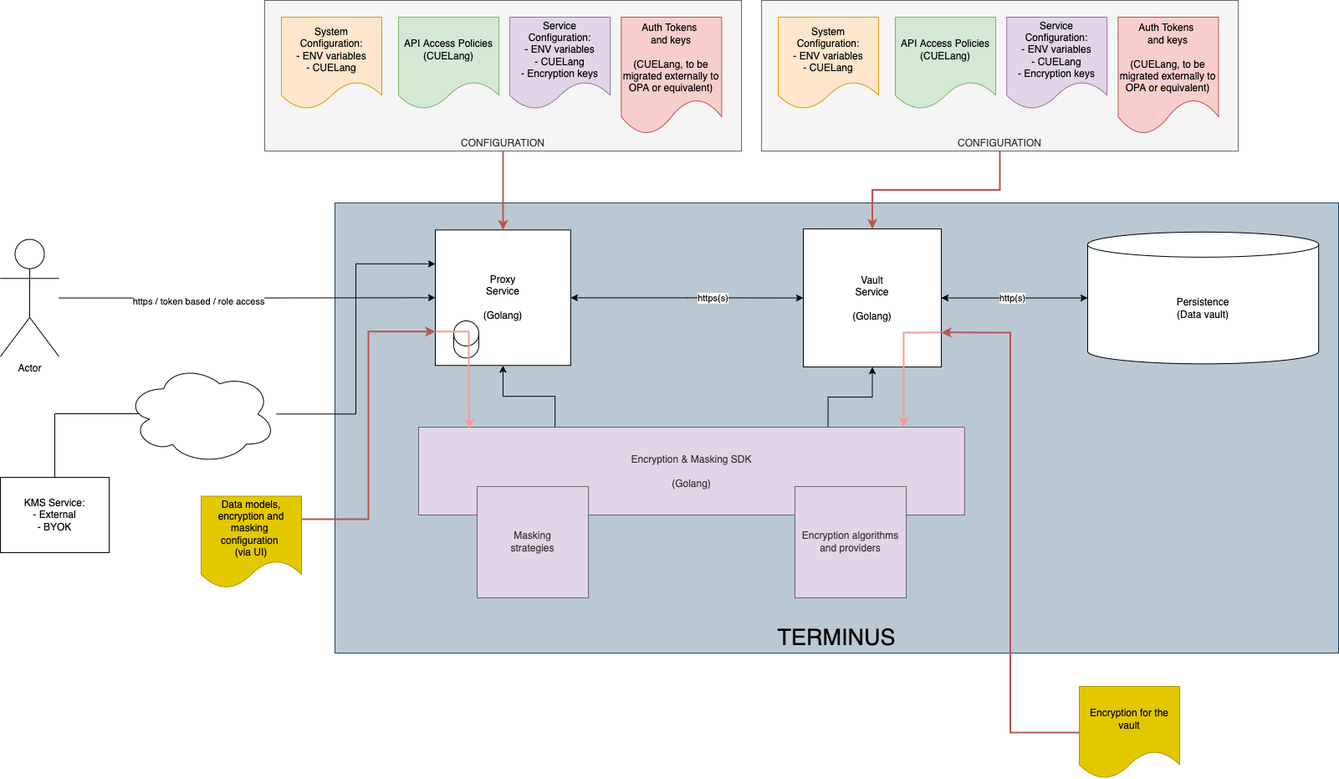
Before: docs/terminus/architecture/general.png, a diagram exported from draw.io (boxyhq/website). Source tidied: cells renumbered, new cells last; positions are measured from the earlier drawing's top-left corner, leaving out a move shared by most shapes.
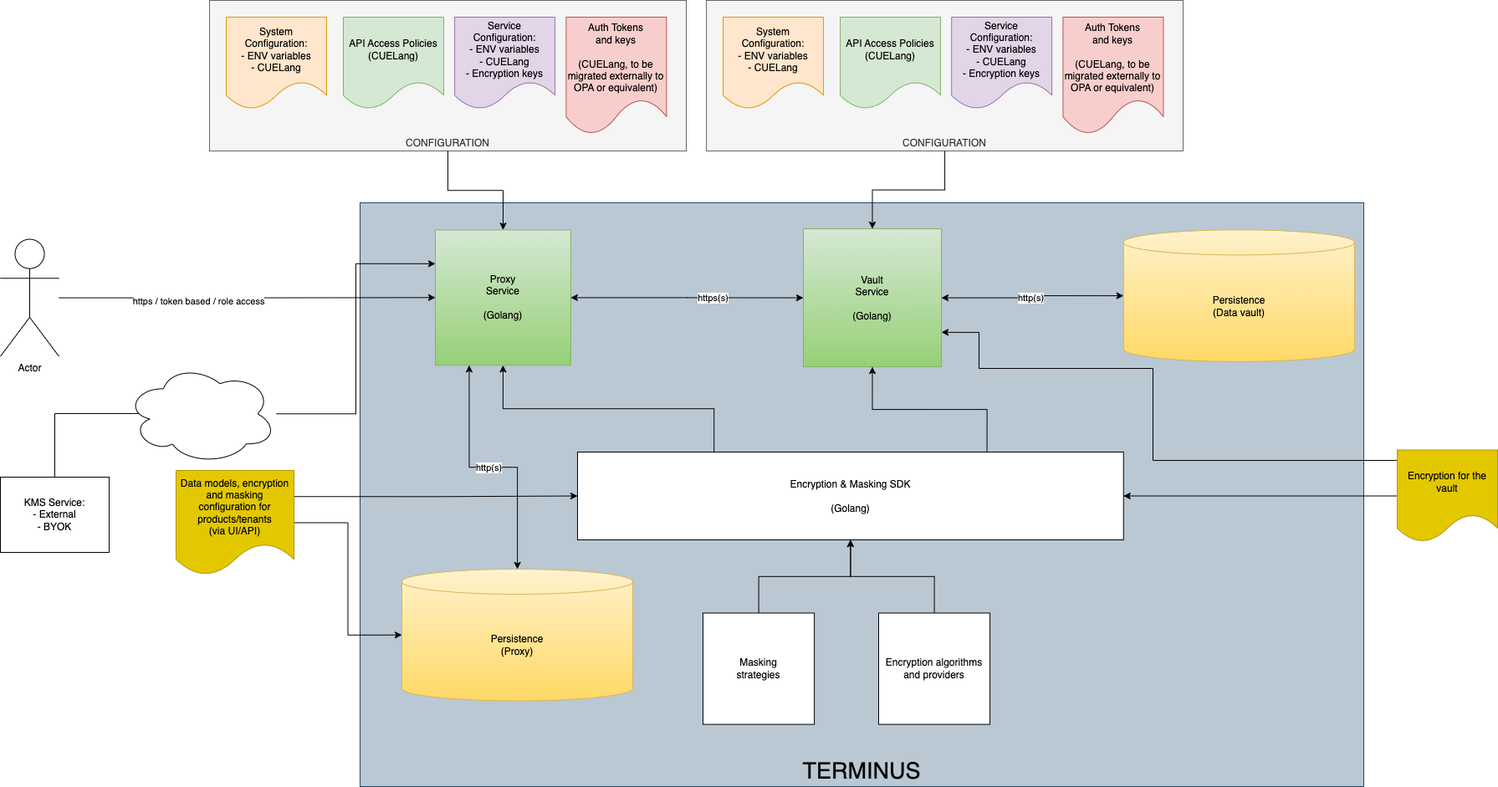
After the change.

The edit, as a diff of the source:
```diff
@@ -3,13 +3,13 @@
     <mxCell id="0" />
     <mxCell id="1" parent="0" />
     <mxCell id="2" value="TERMINUS" style="rounded=0;whiteSpace=wrap;html=1;fillColor=#bac8d3;strokeColor=#23445d;verticalAlign=bottom;fontSize=27;" parent="1" vertex="1">
-      <mxGeometry x="400" y="242" width="1200" height="538" as="geometry" />
+      <mxGeometry x="496" y="242" width="1200" height="698" as="geometry" />
     </mxCell>
-    <mxCell id="3" value="Proxy&lt;br&gt;Service&lt;br&gt;&lt;br&gt;(Golang)" style="whiteSpace=wrap;html=1;" parent="1" vertex="1">
-      <mxGeometry x="520" y="274.4" width="161.9" height="161.9" as="geometry" />
+    <mxCell id="3" value="Proxy&lt;br&gt;Service&lt;br&gt;&lt;br&gt;(Golang)" style="whiteSpace=wrap;html=1;fillColor=#d5e8d4;gradientColor=#97d077;strokeColor=#82b366;" parent="1" vertex="1">
+      <mxGeometry x="586" y="274.4" width="161.9" height="161.9" as="geometry" />
     </mxCell>
-    <mxCell id="4" value="Vault&lt;br&gt;Service&lt;br&gt;&lt;br&gt;(Golang)" style="whiteSpace=wrap;html=1;" parent="1" vertex="1">
-      <mxGeometry x="960" y="273.1" width="165" height="165" as="geometry" />
+    <mxCell id="4" value="Vault&lt;br&gt;Service&lt;br&gt;&lt;br&gt;(Golang)" style="whiteSpace=wrap;html=1;fillColor=#d5e8d4;gradientColor=#97d077;strokeColor=#82b366;" parent="1" vertex="1">
+      <mxGeometry x="1026" y="273.1" width="165" height="165" as="geometry" />
     </mxCell>
     <mxCell id="5" style="edgeStyle=orthogonalEdgeStyle;rounded=0;jettySize=auto;html=1;entryX=0;entryY=0.5;entryDx=0;entryDy=0;startArrow=classic;startFill=1;" parent="1" edge="1" source="3" target="4">
       <mxGeometry relative="1" as="geometry" />
@@ -17,8 +17,8 @@
     <mxCell id="6" value="https(s)" style="edgeLabel;html=1;align=center;verticalAlign=middle;" parent="5" vertex="1">
       <mxGeometry x="0.22" relative="1" as="geometry" />
     </mxCell>
-    <mxCell id="7" value="Persistence&lt;br&gt;(Data vault)" style="shape=cylinder3;whiteSpace=wrap;html=1;boundedLbl=1;backgroundOutline=1;size=15;" parent="1" vertex="1">
-      <mxGeometry x="1300" y="276.8" width="276.2" height="157.5" as="geometry" />
+    <mxCell id="7" value="Persistence&lt;br&gt;(Data vault)" style="shape=cylinder3;whiteSpace=wrap;html=1;boundedLbl=1;backgroundOutline=1;size=15;fillColor=#fff2cc;gradientColor=#ffd966;strokeColor=#d6b656;" parent="1" vertex="1">
+      <mxGeometry x="1408.8" y="274.4" width="276.2" height="157.5" as="geometry" />
     </mxCell>
     <mxCell id="8" style="edgeStyle=orthogonalEdgeStyle;rounded=0;jettySize=auto;html=1;entryX=0;entryY=0.5;entryDx=0;entryDy=0;entryPerimeter=0;startArrow=classic;startFill=1;" parent="1" edge="1" source="4" target="7">
       <mxGeometry relative="1" as="geometry" />
@@ -26,20 +26,35 @@
     <mxCell id="9" value="http(s)" style="edgeLabel;html=1;align=center;verticalAlign=middle;" parent="8" vertex="1">
       <mxGeometry x="-0.04" relative="1" as="geometry" />
     </mxCell>
+    <mxCell id="40" value="Encryption algorithms and providers" style="whiteSpace=wrap;html=1;" parent="1" vertex="1">
+      <mxGeometry x="1116" y="732.5" width="133.1" height="133.1" as="geometry" />
+    </mxCell>
+    <mxCell id="39" value="Masking&lt;br&gt;strategies" style="whiteSpace=wrap;html=1;" parent="1" vertex="1">
+      <mxGeometry x="906" y="732.5" width="133.1" height="133.1" as="geometry" />
+    </mxCell>
     <mxCell id="10" style="edgeStyle=orthogonalEdgeStyle;rounded=0;jettySize=auto;html=1;entryX=0.5;entryY=1;entryDx=0;entryDy=0;exitX=0.25;exitY=0;exitDx=0;exitDy=0;" parent="1" edge="1" source="12" target="3">
       <mxGeometry relative="1" as="geometry" />
     </mxCell>
     <mxCell id="11" style="edgeStyle=orthogonalEdgeStyle;rounded=0;jettySize=auto;html=1;entryX=0.5;entryY=1;entryDx=0;entryDy=0;exitX=0.75;exitY=0;exitDx=0;exitDy=0;" parent="1" edge="1" source="12" target="4">
       <mxGeometry relative="1" as="geometry" />
     </mxCell>
-    <mxCell id="12" value="Encryption &amp;amp; Masking SDK&lt;br&gt;&lt;br&gt;(Golang)" style="rounded=0;whiteSpace=wrap;html=1;fillColor=#E1D5E7;fontColor=#333333;strokeColor=#666666;" parent="1" vertex="1">
-      <mxGeometry x="500" y="510" width="652.8" height="105" as="geometry" />
+    <mxCell id="12" value="Encryption &amp;amp; Masking SDK&lt;br&gt;&lt;br&gt;(Golang)" style="rounded=0;whiteSpace=wrap;html=1;" parent="1" vertex="1">
+      <mxGeometry x="756" y="540" width="652.8" height="105" as="geometry" />
     </mxCell>
+    <mxCell id="43" style="edgeStyle=orthogonalEdgeStyle;rounded=0;jettySize=auto;html=1;entryX=0.5;entryY=1;entryDx=0;entryDy=0;" parent="1" edge="1" source="40" target="12">
+      <mxGeometry relative="1" as="geometry" />
+    </mxCell>
+    <mxCell id="44" style="edgeStyle=orthogonalEdgeStyle;rounded=0;jettySize=auto;html=1;entryX=0.5;entryY=1;entryDx=0;entryDy=0;" parent="1" edge="1" source="39" target="12">
+      <mxGeometry relative="1" as="geometry" />
+    </mxCell>
+    <mxCell id="45" style="edgeStyle=orthogonalEdgeStyle;rounded=0;jettySize=auto;html=1;entryX=0;entryY=0.5;entryDx=0;entryDy=0;exitX=1;exitY=0.25;exitDx=0;exitDy=0;" parent="1" edge="1" source="14" target="12">
+      <mxGeometry relative="1" as="geometry" />
+    </mxCell>
-    <mxCell id="13" style="edgeStyle=orthogonalEdgeStyle;rounded=0;jettySize=auto;html=1;exitX=1;exitY=0.25;exitDx=0;exitDy=0;entryX=0;entryY=0.75;entryDx=0;entryDy=0;fillColor=#f8cecc;strokeColor=#b85450;strokeWidth=2;" parent="1" edge="1" source="14" target="3">
+    <mxCell id="13" style="edgeStyle=orthogonalEdgeStyle;rounded=0;jettySize=auto;html=1;exitX=1;exitY=0.5;exitDx=0;exitDy=0;entryX=0;entryY=0.5;entryDx=0;entryDy=0;entryPerimeter=0;" parent="1" edge="1" source="14" target="47">
       <mxGeometry relative="1" as="geometry" />
     </mxCell>
-    <mxCell id="14" value="Data models, encryption and masking &lt;br&gt;configuration &lt;br&gt;(via UI)" style="shape=document;whiteSpace=wrap;html=1;boundedLbl=1;fillColor=#e3c800;fontColor=#000000;strokeColor=#B09500;" parent="1" vertex="1">
-      <mxGeometry x="240" y="592.5" width="120" height="110" as="geometry" />
+    <mxCell id="14" value="Data models, encryption and masking &lt;br&gt;configuration for products/tenants&lt;br&gt;(via UI/API)" style="shape=document;whiteSpace=wrap;html=1;boundedLbl=1;fillColor=#e3c800;fontColor=#000000;strokeColor=#B09500;" parent="1" vertex="1">
+      <mxGeometry x="276" y="562" width="141" height="125" as="geometry" />
     </mxCell>
     <mxCell id="15" style="group;" parent="1" vertex="1">
       <mxGeometry x="316" width="570" height="180" as="geometry" />
@@ -59,7 +74,7 @@
     <mxCell id="20" value="Auth Tokens &lt;br&gt;and keys&lt;br&gt;&lt;br&gt;(CUELang, to be migrated externally to OPA or equivalent)" style="shape=document;whiteSpace=wrap;html=1;boundedLbl=1;fillColor=#f8cecc;strokeColor=#b85450;" parent="15" vertex="1">
       <mxGeometry x="426.4" y="20" width="120" height="140" as="geometry" />
     </mxCell>
-    <mxCell id="21" style="edgeStyle=orthogonalEdgeStyle;rounded=0;jettySize=auto;html=1;strokeColor=#b85450;strokeWidth=2;fillColor=#f8cecc;" parent="1" edge="1" source="16" target="3">
+    <mxCell id="21" style="edgeStyle=orthogonalEdgeStyle;rounded=0;jettySize=auto;html=1;" parent="1" edge="1" source="16" target="3">
       <mxGeometry relative="1" as="geometry" />
     </mxCell>
     <mxCell id="22" style="group;" parent="1" vertex="1">
@@ -80,14 +95,24 @@
     <mxCell id="27" value="Auth Tokens &lt;br&gt;and keys&lt;br&gt;&lt;br&gt;(CUELang, to be migrated externally to OPA or equivalent)" style="shape=document;whiteSpace=wrap;html=1;boundedLbl=1;fillColor=#f8cecc;strokeColor=#b85450;" parent="22" vertex="1">
       <mxGeometry x="426.4" y="20" width="120" height="140" as="geometry" />
     </mxCell>
-    <mxCell id="28" style="edgeStyle=orthogonalEdgeStyle;rounded=0;jettySize=auto;html=1;entryX=0.5;entryY=0;entryDx=0;entryDy=0;fillColor=#f8cecc;strokeColor=#b85450;strokeWidth=2;" parent="1" edge="1" source="23" target="4">
+    <mxCell id="28" style="edgeStyle=orthogonalEdgeStyle;rounded=0;jettySize=auto;html=1;entryX=0.5;entryY=0;entryDx=0;entryDy=0;" parent="1" edge="1" source="23" target="4">
       <mxGeometry relative="1" as="geometry" />
     </mxCell>
+    <mxCell id="46" style="edgeStyle=orthogonalEdgeStyle;rounded=0;jettySize=auto;html=1;entryX=1;entryY=0.5;entryDx=0;entryDy=0;" parent="1" edge="1" source="30" target="12">
+      <mxGeometry relative="1" as="geometry" />
+    </mxCell>
-    <mxCell id="29" style="edgeStyle=orthogonalEdgeStyle;rounded=0;jettySize=auto;html=1;entryX=1;entryY=0.75;entryDx=0;entryDy=0;fillColor=#f8cecc;strokeColor=#b85450;strokeWidth=2;" parent="1" edge="1" source="30" target="4">
-      <mxGeometry relative="1" as="geometry" />
+    <mxCell id="29" style="edgeStyle=orthogonalEdgeStyle;rounded=0;jettySize=auto;html=1;entryX=1;entryY=0.75;entryDx=0;entryDy=0;" parent="1" edge="1" source="30" target="4">
+      <mxGeometry relative="1" as="geometry">
+        <Array as="points">
+          <mxPoint x="1444" y="550" />
+          <mxPoint x="1444" y="440" />
+          <mxPoint x="1236" y="440" />
+          <mxPoint x="1236" y="397" />
+        </Array>
+      </mxGeometry>
     </mxCell>
     <mxCell id="30" value="Encryption for the vault" style="shape=document;whiteSpace=wrap;html=1;boundedLbl=1;fillColor=#e3c800;fontColor=#000000;strokeColor=#B09500;" parent="1" vertex="1">
-      <mxGeometry x="1290" y="820" width="120" height="110" as="geometry" />
+      <mxGeometry x="1736" y="537.5" width="120" height="110" as="geometry" />
     </mxCell>
     <mxCell id="31" style="edgeStyle=orthogonalEdgeStyle;rounded=0;jettySize=auto;html=1;entryX=0;entryY=0.5;entryDx=0;entryDy=0;" parent="1" edge="1" source="33" target="3">
       <mxGeometry relative="1" as="geometry" />
@@ -98,49 +123,32 @@
       </mxGeometry>
     </mxCell>
     <mxCell id="33" value="Actor" style="shape=umlActor;verticalLabelPosition=bottom;verticalAlign=top;html=1;outlineConnect=0;" parent="1" vertex="1">
-      <mxGeometry y="285.6" width="70" height="140" as="geometry" />
+      <mxGeometry x="66" y="285.6" width="70" height="140" as="geometry" />
     </mxCell>
     <mxCell id="34" style="edgeStyle=orthogonalEdgeStyle;rounded=0;jettySize=auto;html=1;entryX=0.16;entryY=0.55;entryDx=0;entryDy=0;entryPerimeter=0;" parent="1" edge="1" source="35" target="37">
       <mxGeometry relative="1" as="geometry">
         <Array as="points">
-          <mxPoint x="65" y="494" />
+          <mxPoint x="131" y="494" />
         </Array>
       </mxGeometry>
     </mxCell>
     <mxCell id="35" value="KMS Service:&lt;br&gt;- External&lt;br&gt;- BYOK" style="rounded=0;whiteSpace=wrap;html=1;" parent="1" vertex="1">
-      <mxGeometry y="570" width="130" height="90" as="geometry" />
+      <mxGeometry x="66" y="570" width="130" height="90" as="geometry" />
     </mxCell>
     <mxCell id="36" style="edgeStyle=orthogonalEdgeStyle;rounded=0;jettySize=auto;html=1;entryX=0;entryY=0.25;entryDx=0;entryDy=0;" parent="1" edge="1" source="37" target="3">
       <mxGeometry relative="1" as="geometry" />
     </mxCell>
     <mxCell id="37" style="ellipse;shape=cloud;whiteSpace=wrap;html=1;" parent="1" vertex="1">
-      <mxGeometry x="150" y="434.3" width="180" height="120" as="geometry" />
+      <mxGeometry x="216" y="434.3" width="180" height="120" as="geometry" />
     </mxCell>
-    <mxCell id="38" style="edgeStyle=orthogonalEdgeStyle;rounded=0;jettySize=auto;html=1;strokeColor=#F19C99;strokeWidth=2;exitX=1;exitY=0.75;exitDx=0;exitDy=0;" parent="1" edge="1" source="4">
-      <mxGeometry relative="1" as="geometry">
-        <mxPoint x="1080" y="510" as="targetPoint" />
-        <Array as="points">
-          <mxPoint x="1080" y="397" />
-          <mxPoint x="1080" y="510" />
-        </Array>
-      </mxGeometry>
-    </mxCell>
-    <mxCell id="39" value="Masking&lt;br&gt;strategies" style="whiteSpace=wrap;html=1;fillColor=#E1D5E7;fontColor=#333333;strokeColor=#666666;" parent="1" vertex="1">
-      <mxGeometry x="570" y="580.9" width="133.1" height="133.1" as="geometry" />
-    </mxCell>
-    <mxCell id="40" value="Encryption algorithms and providers" style="whiteSpace=wrap;html=1;fillColor=#E1D5E7;fontColor=#333333;strokeColor=#666666;" parent="1" vertex="1">
-      <mxGeometry x="950" y="580.9" width="133.1" height="133.1" as="geometry" />
-    </mxCell>
-    <mxCell id="41" style="shape=cylinder3;whiteSpace=wrap;html=1;boundedLbl=1;backgroundOutline=1;size=15;" parent="1" vertex="1">
-      <mxGeometry x="542" y="383" width="30" height="44.3" as="geometry" />
-    </mxCell>
-    <mxCell id="42" style="edgeStyle=orthogonalEdgeStyle;rounded=0;jettySize=auto;html=1;strokeColor=#F19C99;strokeWidth=2;exitX=0;exitY=0.75;exitDx=0;exitDy=0;entryX=0.093;entryY=0.019;entryDx=0;entryDy=0;entryPerimeter=0;" parent="1" edge="1" source="3" target="12">
-      <mxGeometry relative="1" as="geometry">
-        <Array as="points">
-          <mxPoint x="560" y="396" />
-          <mxPoint x="560" y="473" />
-        </Array>
-      </mxGeometry>
-    </mxCell>
+    <mxCell id="47" value="Persistence&lt;br&gt;(Proxy)" style="shape=cylinder3;whiteSpace=wrap;html=1;boundedLbl=1;backgroundOutline=1;size=15;fillColor=#fff2cc;gradientColor=#ffd966;strokeColor=#d6b656;" parent="1" vertex="1">
+      <mxGeometry x="546" y="680" width="276.2" height="157.5" as="geometry" />
+    </mxCell>
+    <mxCell id="48" style="edgeStyle=orthogonalEdgeStyle;rounded=0;jettySize=auto;html=1;startArrow=classic;startFill=1;exitX=0.25;exitY=1;exitDx=0;exitDy=0;" parent="1" edge="1" source="3" target="47">
+      <mxGeometry relative="1" as="geometry" />
+    </mxCell>
+    <mxCell id="49" value="http(s)" style="edgeLabel;html=1;align=center;verticalAlign=middle;" parent="48" vertex="1">
+      <mxGeometry x="-0.04" relative="1" as="geometry" />
+    </mxCell>
   </root>
 </mxGraphModel>
```
